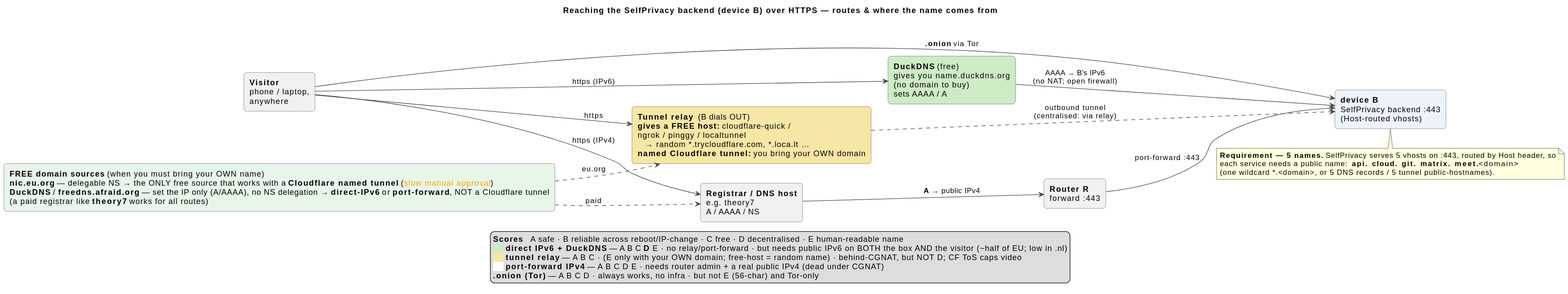
This is docs/tunneling.svg from selfprivacy-over-alternative-nets/dev-dashboard, a PlantUML export, as it was before one commit. Its source is kept beside it as docs/tunneling.puml.
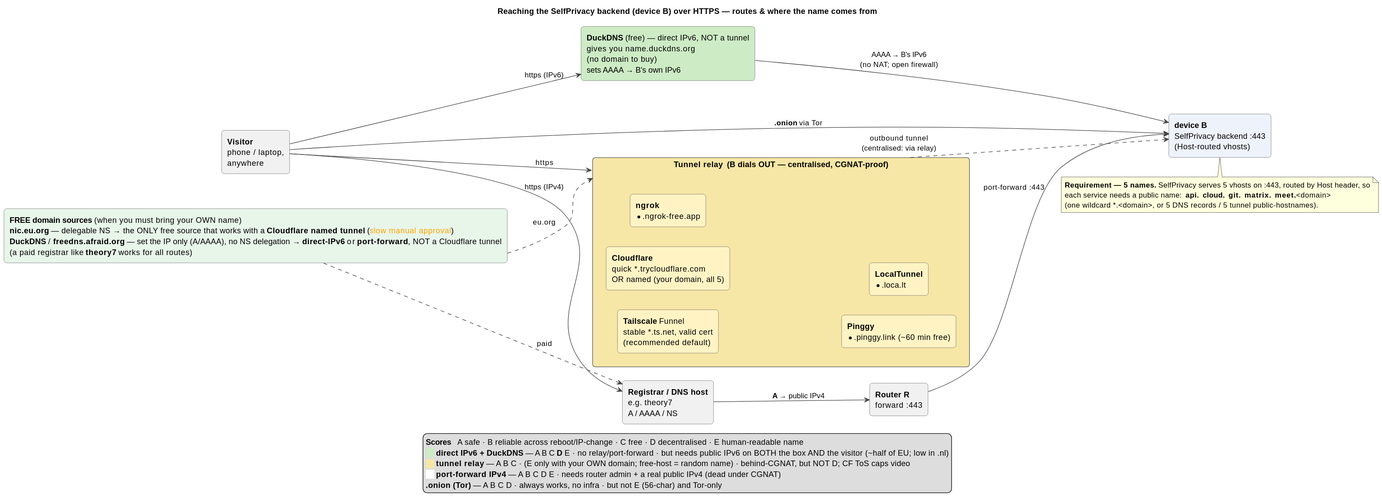
The same diagram one commit later.

What changed in the source:
```diff
@@ -14,8 +14,14 @@
 rectangle "**Visitor**\nphone / laptop,\nanywhere" as V
 rectangle "**device B**\nSelfPrivacy backend :443\n(Host-routed vhosts)" as B #EEF3FB
 
-rectangle "**Tunnel relay**  (B dials OUT)\n**gives a FREE host:** cloudflare-quick /\nngrok / pinggy / localtunnel\n   → random *.trycloudflare.com, *.loca.lt …\n**named Cloudflare tunnel:** you bring your OWN domain" as T #F7E7A6
-rectangle "**DuckDNS** (free)\ngives you  name.duckdns.org\n(no domain to buy)\nsets AAAA / A" as DD #CDEBC5
+rectangle "**Tunnel relay**  (B dials OUT — centralised, CGNAT-proof)" as T #F7E7A6 {
+  rectangle "**Tailscale** Funnel\nstable *.ts.net, valid cert\n(recommended default)" as T_TS #FFF3C4
+  rectangle "**Cloudflare**\nquick *.trycloudflare.com\nOR named (your domain, all 5)" as T_CF #FFF3C4
+  rectangle "**ngrok**\n*.ngrok-free.app" as T_NG #FFF3C4
+  rectangle "**Pinggy**\n*.pinggy.link (~60 min free)" as T_PG #FFF3C4
+  rectangle "**LocalTunnel**\n*.loca.lt" as T_LT #FFF3C4
+}
+rectangle "**DuckDNS** (free) — direct IPv6, NOT a tunnel\ngives you  name.duckdns.org\n(no domain to buy)\nsets AAAA → B's own IPv6" as DD #CDEBC5
 rectangle "**Registrar / DNS host**\ne.g. theory7\nA / AAAA / NS" as REG
 rectangle "**Router R**\nforward :443" as R
 
```
